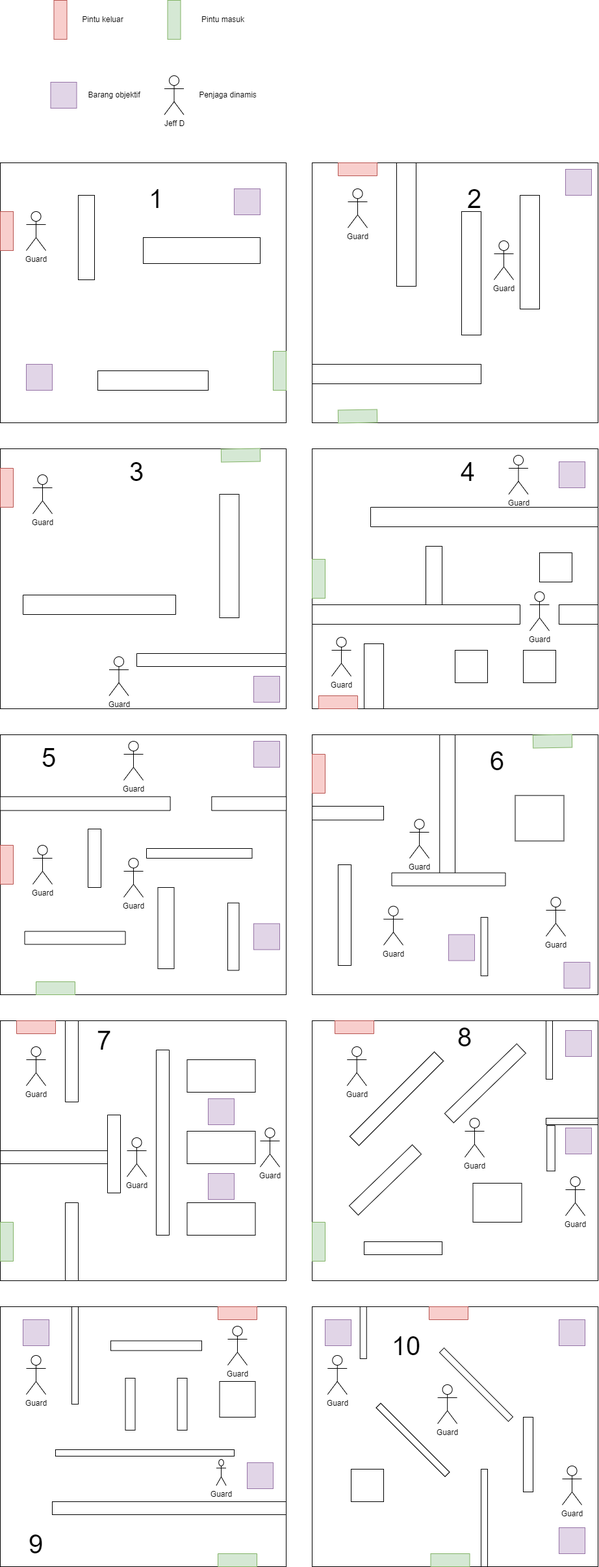
Above: level 1.png in johannfac/A-Lone-Burglar (draw.io), before the change. Source tidied: cells renumbered, new cells last; positions are measured from the earlier drawing's top-left corner, leaving out a move shared by most shapes.
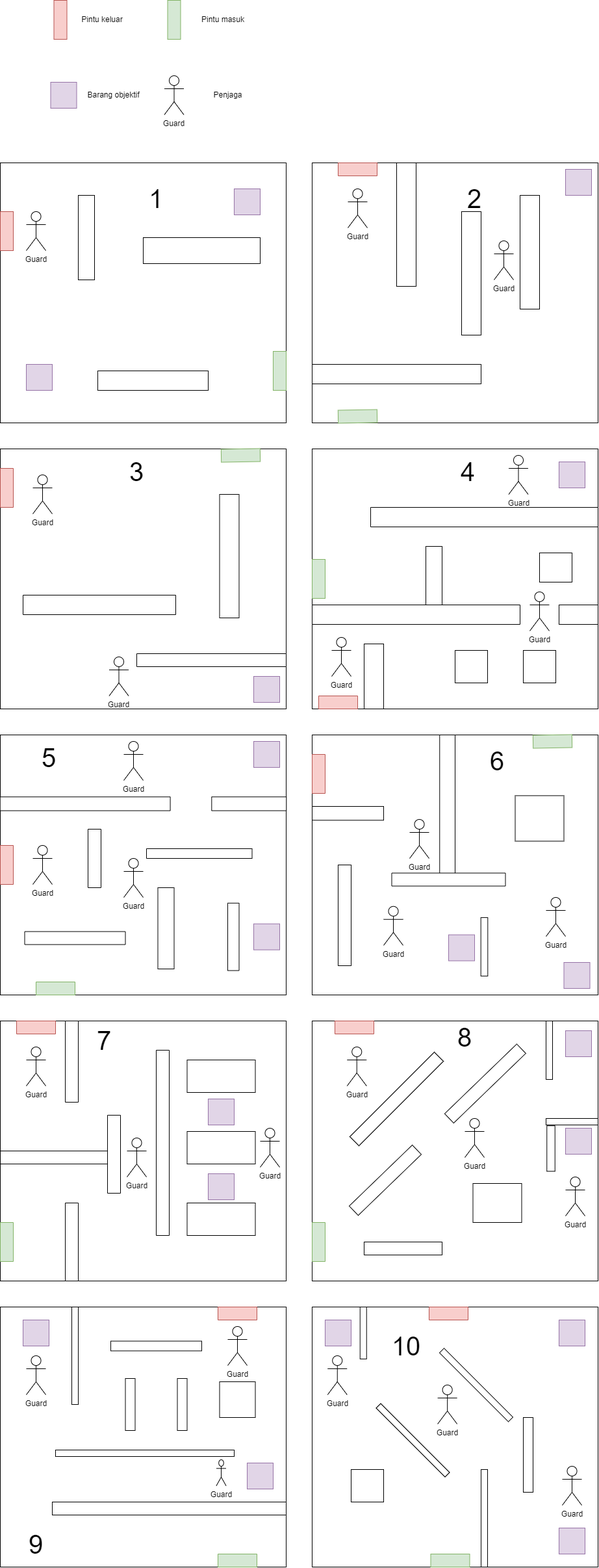
After the change.

Diff of the diagram source:
```diff
@@ -368,10 +368,10 @@
     <mxCell id="123" value="Barang objektif" style="text;html=1;strokeColor=none;fillColor=none;align=center;verticalAlign=middle;whiteSpace=wrap;rounded=0;" parent="1" vertex="1">
       <mxGeometry x="122.5" y="131" width="105" height="30" as="geometry" />
     </mxCell>
-    <mxCell id="124" value="Jeff D" style="shape=umlActor;verticalLabelPosition=bottom;verticalAlign=top;html=1;" parent="1" vertex="1">
+    <mxCell id="124" value="Guard" style="shape=umlActor;verticalLabelPosition=bottom;verticalAlign=top;html=1;" parent="1" vertex="1">
       <mxGeometry x="252.5" y="116" width="30" height="60" as="geometry" />
     </mxCell>
-    <mxCell id="125" value="Penjaga dinamis" style="text;html=1;strokeColor=none;fillColor=none;align=center;verticalAlign=middle;whiteSpace=wrap;rounded=0;" parent="1" vertex="1">
+    <mxCell id="125" value="Penjaga" style="text;html=1;strokeColor=none;fillColor=none;align=center;verticalAlign=middle;whiteSpace=wrap;rounded=0;" parent="1" vertex="1">
       <mxGeometry x="297.5" y="131" width="105" height="30" as="geometry" />
     </mxCell>
     <mxCell id="126" style="rounded=0;whiteSpace=wrap;html=1;rotation=90;" parent="1" vertex="1">
```
